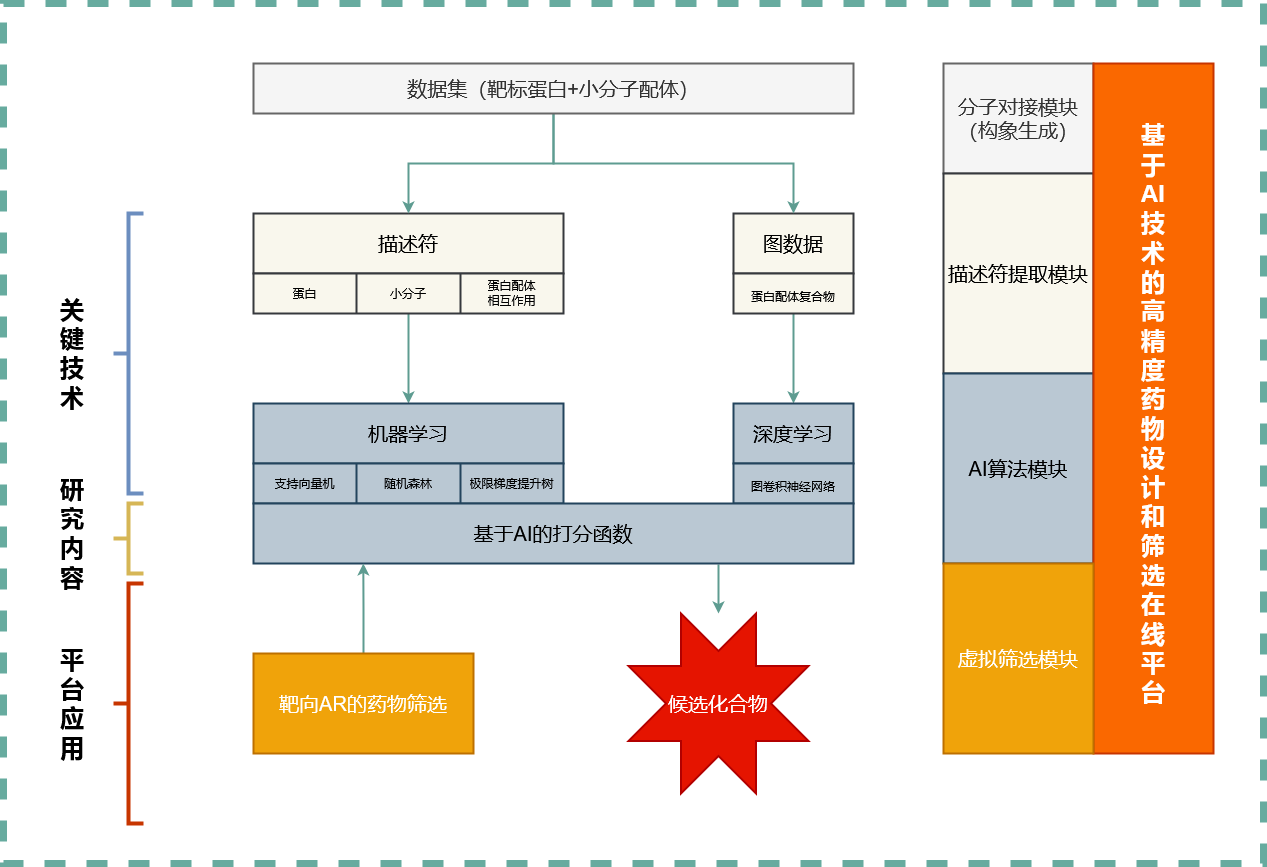
5AGE-zhang/ASFP keeps this draw.io diagram as 项目总体技术路线.png. Above is the earlier version. Source tidied: cells renumbered, new cells last; positions are measured from the earlier drawing's top-left corner, leaving out a move shared by most shapes.
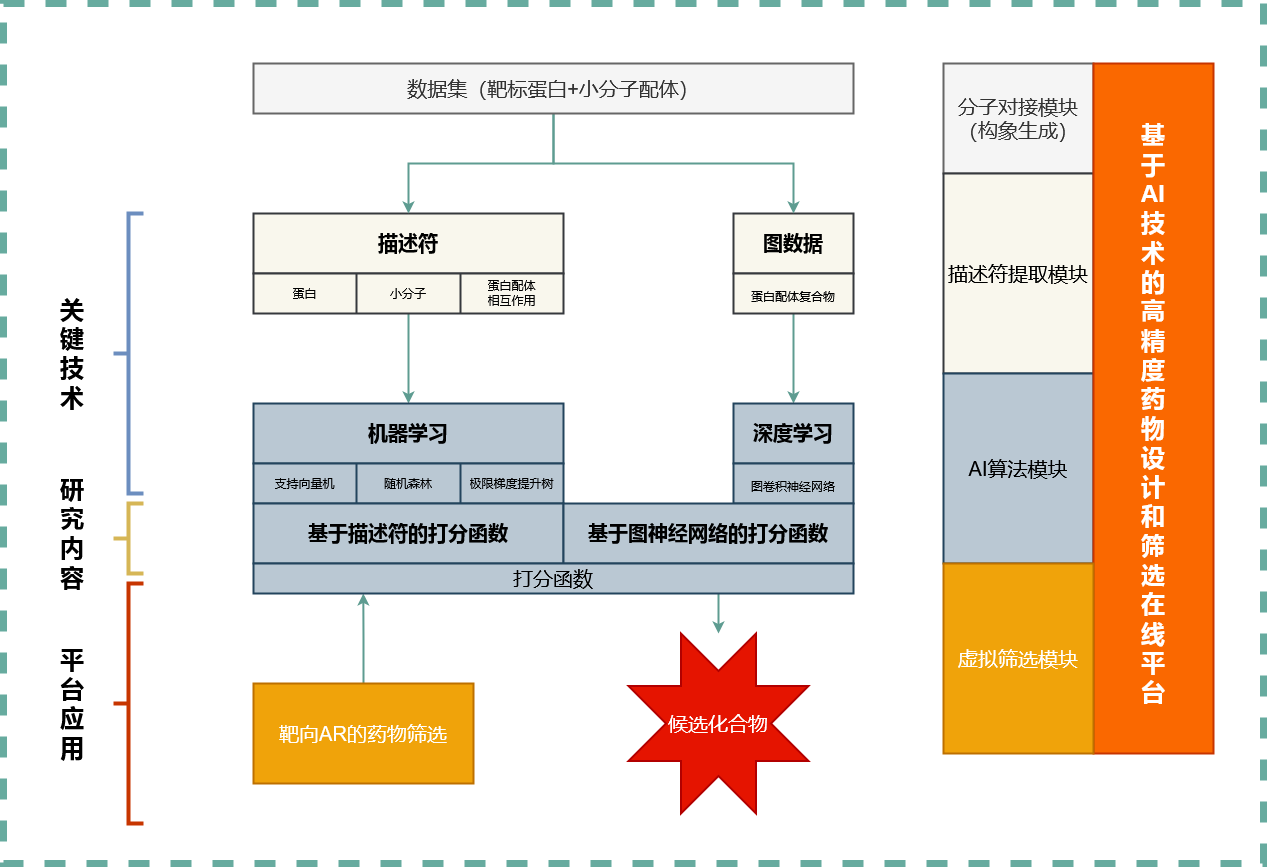
The same diagram one commit later.

Commit message:
Added 项目总体技术路线.png

The edit, as a diff of the source:
```diff
@@ -8,10 +8,10 @@
     <mxCell id="3" style="shape=partialRectangle;html=1;whiteSpace=wrap;fillColor=none;top=0;left=0;bottom=0;right=0;overflow=hidden;" parent="1" vertex="1">
       <mxGeometry x="1060" y="100" width="60" height="40" as="geometry" />
     </mxCell>
-    <mxCell id="4" value="描述符" style="whiteSpace=wrap;html=1;rounded=0;fontSize=20;fontStyle=0;strokeWidth=2;glass=0;startSize=51;fillColor=#f9f7ed;strokeColor=#36393d;" parent="1" vertex="1">
+    <mxCell id="4" value="&lt;b&gt;描述符&lt;/b&gt;" style="whiteSpace=wrap;html=1;rounded=0;fontSize=20;fontStyle=0;strokeWidth=2;glass=0;startSize=51;fillColor=#f9f7ed;strokeColor=#36393d;" parent="1" vertex="1">
       <mxGeometry x="250" y="210" width="310" height="60" as="geometry" />
     </mxCell>
-    <mxCell id="5" value="&lt;div&gt;图数据&lt;/div&gt;" style="whiteSpace=wrap;html=1;rounded=0;fontSize=20;fontStyle=0;strokeWidth=2;glass=0;startSize=51;strokeColor=#36393d;fillColor=#f9f7ed;" parent="1" vertex="1">
+    <mxCell id="5" value="&lt;div&gt;&lt;b&gt;图数据&lt;/b&gt;&lt;/div&gt;" style="whiteSpace=wrap;html=1;rounded=0;fontSize=20;fontStyle=0;strokeWidth=2;glass=0;startSize=51;strokeColor=#36393d;fillColor=#f9f7ed;" parent="1" vertex="1">
       <mxGeometry x="730" y="210" width="120" height="60" as="geometry" />
     </mxCell>
     <mxCell id="6" style="edgeStyle=orthogonalEdgeStyle;rounded=0;jettySize=auto;html=1;strokeColor=#5E9C91;strokeWidth=2;fontSize=20;" parent="1" edge="1" source="7" target="17">
@@ -47,7 +47,7 @@
     <mxCell id="16" value="数据集（靶标蛋白+小分子配体）" style="rounded=0;whiteSpace=wrap;html=1;shadow=0;glass=0;sketch=0;strokeWidth=2;fontSize=20;fillColor=#f5f5f5;strokeColor=#666666;fontColor=#333333;" parent="1" vertex="1">
       <mxGeometry x="250" y="60" width="600" height="50" as="geometry" />
     </mxCell>
-    <mxCell id="17" value="机器学习" style="whiteSpace=wrap;html=1;rounded=0;fontSize=20;fontStyle=0;strokeWidth=2;glass=0;startSize=51;fillColor=#bac8d3;strokeColor=#23445d;" parent="1" vertex="1">
+    <mxCell id="17" value="&lt;b&gt;机器学习&lt;/b&gt;" style="whiteSpace=wrap;html=1;rounded=0;fontSize=20;fontStyle=0;strokeWidth=2;glass=0;startSize=51;fillColor=#bac8d3;strokeColor=#23445d;" parent="1" vertex="1">
       <mxGeometry x="250" y="400" width="310" height="60" as="geometry" />
     </mxCell>
     <mxCell id="18" style="shape=table;html=1;whiteSpace=wrap;startSize=0;rounded=0;shadow=0;glass=0;sketch=0;strokeColor=#23445d;strokeWidth=2;fontSize=20;fillColor=#bac8d3;" parent="1" vertex="1">
@@ -65,7 +65,7 @@
     <mxCell id="22" value="极限梯度提升树" style="shape=partialRectangle;html=1;whiteSpace=wrap;fillColor=none;top=0;left=0;bottom=0;right=0;overflow=hidden;" parent="19" vertex="1">
       <mxGeometry x="207" width="103" height="40" as="geometry" />
     </mxCell>
-    <mxCell id="23" value="深度学习" style="whiteSpace=wrap;html=1;rounded=0;fontSize=20;fontStyle=0;strokeWidth=2;glass=0;startSize=51;strokeColor=#23445d;fillColor=#bac8d3;" parent="1" vertex="1">
+    <mxCell id="23" value="&lt;b&gt;深度学习&lt;/b&gt;" style="whiteSpace=wrap;html=1;rounded=0;fontSize=20;fontStyle=0;strokeWidth=2;glass=0;startSize=51;strokeColor=#23445d;fillColor=#bac8d3;" parent="1" vertex="1">
       <mxGeometry x="730" y="400" width="120" height="60" as="geometry" />
     </mxCell>
     <mxCell id="24" value="&lt;font style=&quot;font-size: 12px&quot;&gt;图卷积神经网络&lt;/font&gt;" style="whiteSpace=wrap;html=1;rounded=0;fontSize=20;fontStyle=0;strokeWidth=2;glass=0;startSize=51;strokeColor=#23445d;fillColor=#bac8d3;" parent="1" vertex="1">
@@ -83,26 +83,23 @@
     <mxCell id="28" style="rounded=0;whiteSpace=wrap;html=1;shadow=0;glass=0;sketch=0;strokeColor=#C73500;strokeWidth=2;fillColor=#fa6800;fontSize=20;fontColor=#ffffff;" parent="1" vertex="1">
       <mxGeometry x="1090" y="60" width="120" height="690" as="geometry" />
     </mxCell>
-    <mxCell id="29" style="edgeStyle=orthogonalEdgeStyle;rounded=0;jettySize=auto;html=1;strokeColor=#5E9C91;strokeWidth=2;fontSize=20;exitX=0.775;exitY=1.017;exitDx=0;exitDy=0;exitPerimeter=0;" parent="1" edge="1" source="30" target="34">
-      <mxGeometry relative="1" as="geometry" />
-    </mxCell>
-    <mxCell id="30" value="基于AI的打分函数" style="whiteSpace=wrap;html=1;rounded=0;fontSize=20;fontStyle=0;strokeWidth=2;glass=0;startSize=51;fillColor=#bac8d3;strokeColor=#23445d;" parent="1" vertex="1">
-      <mxGeometry x="250" y="500" width="600" height="60" as="geometry" />
+    <mxCell id="30" value="&lt;b&gt;基于描述符的打分函数&lt;/b&gt;" style="whiteSpace=wrap;html=1;rounded=0;fontSize=20;fontStyle=0;strokeWidth=2;glass=0;startSize=51;fillColor=#bac8d3;strokeColor=#23445d;" parent="1" vertex="1">
+      <mxGeometry x="250" y="500" width="310" height="60" as="geometry" />
     </mxCell>
-    <mxCell id="31" style="edgeStyle=orthogonalEdgeStyle;rounded=0;jettySize=auto;html=1;strokeColor=#5E9C91;strokeWidth=2;fontSize=20;entryX=0.183;entryY=1;entryDx=0;entryDy=0;entryPerimeter=0;" parent="1" edge="1" source="32" target="30">
-      <mxGeometry relative="1" as="geometry" />
-    </mxCell>
+    <mxCell id="43" style="edgeStyle=orthogonalEdgeStyle;rounded=0;jettySize=auto;html=1;entryX=0.183;entryY=1;entryDx=0;entryDy=0;entryPerimeter=0;strokeColor=#5E9C91;strokeWidth=2;fontSize=20;" parent="1" edge="1" source="32" target="46">
+      <mxGeometry relative="1" as="geometry" />
+    </mxCell>
     <mxCell id="32" value="靶向AR的药物筛选" style="rounded=0;whiteSpace=wrap;html=1;shadow=0;glass=0;sketch=0;strokeColor=#BD7000;strokeWidth=2;fillColor=#f0a30a;fontSize=20;fontColor=#ffffff;" parent="1" vertex="1">
-      <mxGeometry x="250" y="650" width="220" height="100" as="geometry" />
+      <mxGeometry x="250" y="680" width="220" height="100" as="geometry" />
     </mxCell>
     <mxCell id="33" value="虚拟筛选模块" style="rounded=0;whiteSpace=wrap;html=1;shadow=0;glass=0;sketch=0;strokeWidth=2;fontSize=20;fillColor=#f0a30a;strokeColor=#BD7000;fontColor=#ffffff;" parent="1" vertex="1">
       <mxGeometry x="940" y="560" width="150" height="190" as="geometry" />
     </mxCell>
     <mxCell id="34" value="候选" style="verticalLabelPosition=bottom;verticalAlign=top;html=1;shape=mxgraph.basic.8_point_star;rounded=0;shadow=0;glass=0;sketch=0;strokeColor=#B20000;strokeWidth=2;fillColor=#e51400;fontSize=20;fontColor=#ffffff;" parent="1" vertex="1">
-      <mxGeometry x="625" y="610" width="180" height="180" as="geometry" />
+      <mxGeometry x="625" y="630" width="180" height="180" as="geometry" />
     </mxCell>
     <mxCell id="35" value="&lt;font color=&quot;#FFFFFF&quot;&gt;候选化合物&lt;/font&gt;" style="text;html=1;strokeColor=none;fillColor=none;align=center;verticalAlign=middle;whiteSpace=wrap;rounded=0;shadow=0;glass=0;sketch=0;fontSize=20;" parent="1" vertex="1">
-      <mxGeometry x="645" y="690" width="140" height="20" as="geometry" />
+      <mxGeometry x="645" y="710" width="140" height="20" as="geometry" />
     </mxCell>
     <mxCell id="36" value="&lt;font style=&quot;font-size: 24px&quot; color=&quot;#FFFFFF&quot;&gt;&lt;b&gt;&lt;span&gt;基于&lt;/span&gt;&lt;span lang=&quot;EN-US&quot;&gt;AI&lt;/span&gt;&lt;span&gt;技术的高精度药物设计和筛选在线平台&lt;/span&gt;&lt;/b&gt;&lt;/font&gt;" style="text;html=1;strokeColor=none;fillColor=none;align=center;verticalAlign=middle;whiteSpace=wrap;rounded=0;shadow=0;glass=0;sketch=0;fontSize=20;" parent="1" vertex="1">
       <mxGeometry x="1130" y="400" width="40" height="20" as="geometry" />
@@ -125,5 +122,14 @@
     <mxCell id="42" style="strokeWidth=4;html=1;shape=mxgraph.flowchart.annotation_2;align=left;labelPosition=right;rounded=0;shadow=0;glass=0;sketch=0;fillColor=#fa6800;fontSize=20;strokeColor=#C73500;fontColor=#ffffff;" parent="1" vertex="1">
       <mxGeometry x="110" y="580" width="30" height="240" as="geometry" />
     </mxCell>
+    <mxCell id="44" value="&lt;b&gt;基于图神经网络的打分函数&lt;/b&gt;" style="whiteSpace=wrap;html=1;rounded=0;fontSize=20;fontStyle=0;strokeWidth=2;glass=0;startSize=51;fillColor=#bac8d3;strokeColor=#23445d;" parent="1" vertex="1">
+      <mxGeometry x="560" y="500" width="290" height="60" as="geometry" />
+    </mxCell>
+    <mxCell id="45" style="edgeStyle=orthogonalEdgeStyle;rounded=0;jettySize=auto;html=1;strokeColor=#5E9C91;strokeWidth=2;fontSize=20;exitX=0.775;exitY=1;exitDx=0;exitDy=0;exitPerimeter=0;" parent="1" edge="1" source="46" target="34">
+      <mxGeometry relative="1" as="geometry" />
+    </mxCell>
+    <mxCell id="46" value="打分函数" style="whiteSpace=wrap;html=1;rounded=0;fontSize=20;fontStyle=0;strokeWidth=2;glass=0;startSize=51;fillColor=#bac8d3;strokeColor=#23445d;" parent="1" vertex="1">
+      <mxGeometry x="250" y="560" width="600" height="30" as="geometry" />
+    </mxCell>
   </root>
 </mxGraphModel>
```
